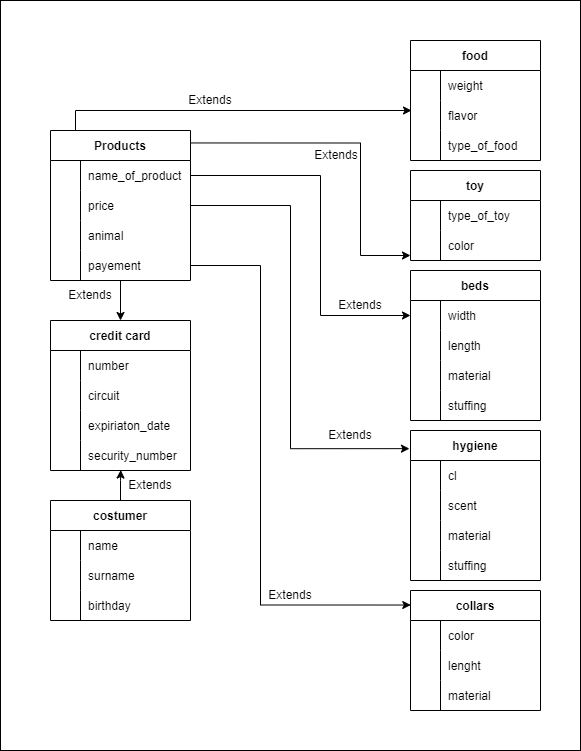
Before: es.drawio.png, a diagram exported from draw.io (federicahu99/php-oop-2). Source tidied: cells renumbered, new cells last; positions are measured from the earlier drawing's top-left corner, leaving out a move shared by most shapes.
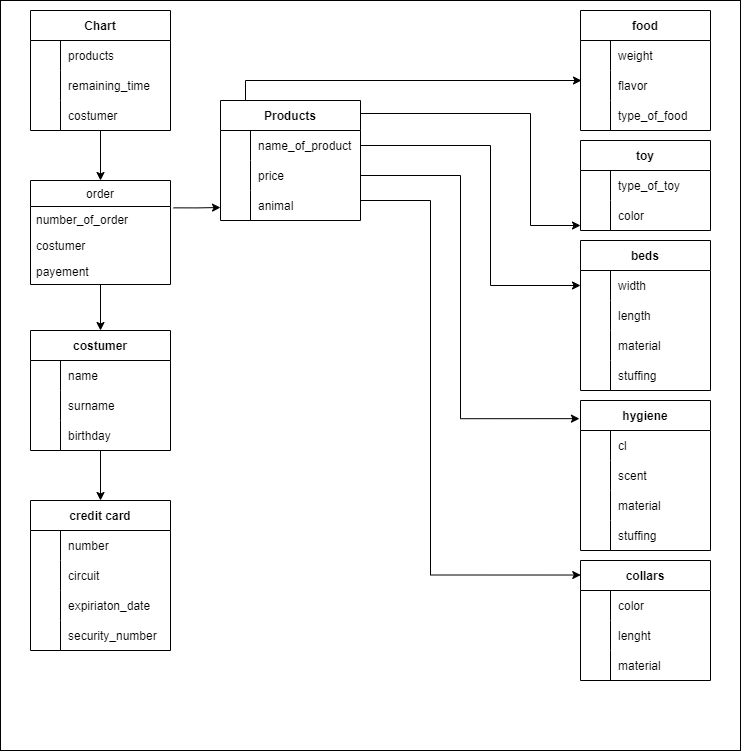
Later version of the same file.

Change to the diagram source:
```diff
@@ -3,7 +3,7 @@
     <mxCell id="0" />
     <mxCell id="1" parent="0" />
     <mxCell id="2" style="rounded=0;whiteSpace=wrap;html=1;" parent="1" vertex="1">
-      <mxGeometry width="580" height="750" as="geometry" />
+      <mxGeometry x="-170" y="30" width="740" height="750" as="geometry" />
     </mxCell>
     <mxCell id="3" value="food" style="shape=table;startSize=30;rowLines=0;fontStyle=1;align=center;" parent="1" vertex="1">
       <mxGeometry x="410" y="40" width="130" height="120" as="geometry" />
@@ -74,11 +74,8 @@
         </Array>
       </mxGeometry>
     </mxCell>
-    <mxCell id="22" style="edgeStyle=orthogonalEdgeStyle;rounded=0;jettySize=auto;html=1;entryX=0.5;entryY=0;entryDx=0;entryDy=0;" parent="1" edge="1" source="23" target="75">
-      <mxGeometry relative="1" as="geometry" />
-    </mxCell>
     <mxCell id="23" value="Products" style="shape=table;startSize=30;rowLines=0;fontStyle=1;align=center;" parent="1" vertex="1">
-      <mxGeometry x="50" y="130" width="140" height="150" as="geometry" />
+      <mxGeometry x="50" y="130" width="140" height="120" as="geometry" />
     </mxCell>
     <mxCell id="24" style="shape=partialRectangle;fillColor=none;points=[[0,0.5],[1,0.5]];portConstraint=eastwest;top=0;left=0;right=0;bottom=0;" parent="23" vertex="1">
       <mxGeometry y="30" width="140" height="30" as="geometry" />
@@ -107,15 +104,6 @@
     <mxCell id="32" value="animal" style="shape=partialRectangle;overflow=hidden;fillColor=none;top=0;left=0;bottom=0;right=0;align=left;spacingLeft=6;" parent="30" vertex="1">
       <mxGeometry x="30" width="110" height="30" as="geometry" />
     </mxCell>
-    <mxCell id="33" style="shape=partialRectangle;fillColor=none;points=[[0,0.5],[1,0.5]];portConstraint=eastwest;top=0;left=0;right=0;bottom=0;" parent="23" vertex="1">
-      <mxGeometry y="120" width="140" height="30" as="geometry" />
-    </mxCell>
-    <mxCell id="34" style="shape=partialRectangle;overflow=hidden;fillColor=none;top=0;left=0;bottom=0;right=0;" parent="33" vertex="1">
-      <mxGeometry width="30" height="30" as="geometry" />
-    </mxCell>
-    <mxCell id="35" value="payement" style="shape=partialRectangle;overflow=hidden;fillColor=none;top=0;left=0;bottom=0;right=0;align=left;spacingLeft=6;" parent="33" vertex="1">
-      <mxGeometry x="30" width="110" height="30" as="geometry" />
-    </mxCell>
     <mxCell id="36" value="beds" style="shape=table;startSize=30;rowLines=0;fontStyle=1;align=center;" parent="1" vertex="1">
       <mxGeometry x="410" y="270" width="130" height="150" as="geometry" />
     </mxCell>
@@ -240,16 +228,17 @@
     <mxCell id="73" value="material" style="shape=partialRectangle;overflow=hidden;fillColor=none;top=0;left=0;bottom=0;right=0;align=left;spacingLeft=6;" parent="71" vertex="1">
       <mxGeometry x="30" width="100" height="30" as="geometry" />
     </mxCell>
-    <mxCell id="74" style="edgeStyle=orthogonalEdgeStyle;rounded=0;jettySize=auto;html=1;exitX=1;exitY=0.5;exitDx=0;exitDy=0;entryX=0.002;entryY=0.121;entryDx=0;entryDy=0;entryPerimeter=0;" parent="1" edge="1" source="33" target="64">
+    <mxCell id="74" style="edgeStyle=orthogonalEdgeStyle;rounded=0;jettySize=auto;html=1;exitX=1;exitY=0.5;exitDx=0;exitDy=0;entryX=0.002;entryY=0.121;entryDx=0;entryDy=0;entryPerimeter=0;" parent="1" edge="1" source="30" target="64">
       <mxGeometry relative="1" as="geometry">
         <Array as="points">
-          <mxPoint x="260" y="265" />
+          <mxPoint x="190" y="230" />
+          <mxPoint x="260" y="230" />
           <mxPoint x="260" y="605" />
         </Array>
       </mxGeometry>
     </mxCell>
     <mxCell id="75" value="credit card" style="shape=table;startSize=30;rowLines=0;fontStyle=1;align=center;" parent="1" vertex="1">
-      <mxGeometry x="50" y="320" width="140" height="150" as="geometry" />
+      <mxGeometry x="-140" y="530" width="140" height="150" as="geometry" />
     </mxCell>
     <mxCell id="76" style="shape=partialRectangle;fillColor=none;top=0;left=0;right=0;bottom=0;" parent="75" vertex="1">
       <mxGeometry y="30" width="140" height="30" as="geometry" />
@@ -287,11 +276,11 @@
     <mxCell id="87" value="security_number" style="shape=partialRectangle;overflow=hidden;fillColor=none;top=0;left=0;bottom=0;right=0;align=left;spacingLeft=6;" parent="85" vertex="1">
       <mxGeometry x="30" width="110" height="30" as="geometry" />
     </mxCell>
-    <mxCell id="88" style="edgeStyle=orthogonalEdgeStyle;rounded=0;jettySize=auto;html=1;entryX=0.502;entryY=0.985;entryDx=0;entryDy=0;entryPerimeter=0;" parent="1" edge="1" source="89" target="85">
-      <mxGeometry relative="1" as="geometry" />
-    </mxCell>
+    <mxCell id="106" style="edgeStyle=orthogonalEdgeStyle;rounded=0;jettySize=auto;html=1;entryX=0.5;entryY=0;entryDx=0;entryDy=0;" parent="1" edge="1" source="89" target="75">
+      <mxGeometry relative="1" as="geometry" />
+    </mxCell>
     <mxCell id="89" value="costumer" style="shape=table;startSize=30;rowLines=0;fontStyle=1;align=center;" parent="1" vertex="1">
-      <mxGeometry x="50" y="500" width="140" height="120" as="geometry" />
+      <mxGeometry x="-140" y="360" width="140" height="120" as="geometry" />
     </mxCell>
     <mxCell id="90" style="shape=partialRectangle;fillColor=none;top=0;left=0;right=0;bottom=0;" parent="89" vertex="1">
       <mxGeometry y="30" width="140" height="30" as="geometry" />
@@ -320,26 +309,58 @@
     <mxCell id="98" value="birthday" style="shape=partialRectangle;overflow=hidden;fillColor=none;top=0;left=0;bottom=0;right=0;align=left;spacingLeft=6;" parent="96" vertex="1">
       <mxGeometry x="30" width="110" height="30" as="geometry" />
     </mxCell>
-    <mxCell id="99" value="Extends" style="text;html=1;strokeColor=none;fillColor=none;align=center;verticalAlign=middle;whiteSpace=wrap;rounded=0;" parent="1" vertex="1">
-      <mxGeometry x="180" y="85" width="60" height="30" as="geometry" />
-    </mxCell>
-    <mxCell id="100" value="Extends" style="text;html=1;strokeColor=none;fillColor=none;align=center;verticalAlign=middle;whiteSpace=wrap;rounded=0;" parent="1" vertex="1">
-      <mxGeometry x="306" y="140" width="60" height="30" as="geometry" />
-    </mxCell>
-    <mxCell id="101" value="Extends" style="text;html=1;strokeColor=none;fillColor=none;align=center;verticalAlign=middle;whiteSpace=wrap;rounded=0;" parent="1" vertex="1">
-      <mxGeometry x="330" y="290" width="60" height="30" as="geometry" />
-    </mxCell>
-    <mxCell id="102" value="Extends" style="text;html=1;strokeColor=none;fillColor=none;align=center;verticalAlign=middle;whiteSpace=wrap;rounded=0;" parent="1" vertex="1">
-      <mxGeometry x="320" y="420" width="60" height="30" as="geometry" />
-    </mxCell>
-    <mxCell id="103" value="Extends" style="text;html=1;strokeColor=none;fillColor=none;align=center;verticalAlign=middle;whiteSpace=wrap;rounded=0;" parent="1" vertex="1">
-      <mxGeometry x="260" y="580" width="60" height="30" as="geometry" />
-    </mxCell>
-    <mxCell id="104" value="Extends" style="text;html=1;strokeColor=none;fillColor=none;align=center;verticalAlign=middle;whiteSpace=wrap;rounded=0;" parent="1" vertex="1">
-      <mxGeometry x="60" y="280" width="60" height="30" as="geometry" />
-    </mxCell>
-    <mxCell id="105" value="Extends" style="text;html=1;strokeColor=none;fillColor=none;align=center;verticalAlign=middle;whiteSpace=wrap;rounded=0;" parent="1" vertex="1">
-      <mxGeometry x="120" y="470" width="60" height="30" as="geometry" />
-    </mxCell>
+    <mxCell id="107" style="edgeStyle=orthogonalEdgeStyle;rounded=0;jettySize=auto;html=1;" parent="1" edge="1" source="108" target="89">
+      <mxGeometry relative="1" as="geometry" />
+    </mxCell>
+    <mxCell id="108" value="order" style="swimlane;fontStyle=0;horizontal=1;startSize=26;fillColor=none;" parent="1" vertex="1">
+      <mxGeometry x="-140" y="210" width="140" height="104" as="geometry" />
+    </mxCell>
+    <mxCell id="109" value="number_of_order" style="text;strokeColor=none;fillColor=none;align=left;verticalAlign=top;spacingLeft=4;spacingRight=4;overflow=hidden;points=[[0,0.5],[1,0.5]];portConstraint=eastwest;" parent="108" vertex="1">
+      <mxGeometry y="26" width="140" height="26" as="geometry" />
+    </mxCell>
+    <mxCell id="110" value="costumer" style="text;strokeColor=none;fillColor=none;align=left;verticalAlign=top;spacingLeft=4;spacingRight=4;overflow=hidden;" parent="108" vertex="1">
+      <mxGeometry y="52" width="140" height="26" as="geometry" />
+    </mxCell>
+    <mxCell id="35" value="payement" style="text;strokeColor=none;fillColor=none;align=left;verticalAlign=top;spacingLeft=4;spacingRight=4;overflow=hidden;" parent="108" vertex="1">
+      <mxGeometry y="78" width="140" height="26" as="geometry" />
+    </mxCell>
+    <mxCell id="111" style="edgeStyle=orthogonalEdgeStyle;rounded=0;jettySize=auto;html=1;exitX=1.022;exitY=0.052;exitDx=0;exitDy=0;exitPerimeter=0;" parent="1" edge="1" source="109">
+      <mxGeometry relative="1" as="geometry">
+        <mxPoint x="50" y="237" as="targetPoint" />
+      </mxGeometry>
+    </mxCell>
+    <mxCell id="112" style="edgeStyle=orthogonalEdgeStyle;rounded=0;jettySize=auto;html=1;entryX=0.5;entryY=0;entryDx=0;entryDy=0;" parent="1" edge="1" source="113" target="108">
+      <mxGeometry relative="1" as="geometry" />
+    </mxCell>
+    <mxCell id="113" value="Chart" style="shape=table;startSize=30;rowLines=0;fontStyle=1;align=center;" parent="1" vertex="1">
+      <mxGeometry x="-140" y="40" width="140" height="120" as="geometry" />
+    </mxCell>
+    <mxCell id="114" style="shape=partialRectangle;fillColor=none;top=0;left=0;right=0;bottom=0;" parent="113" vertex="1">
+      <mxGeometry y="30" width="140" height="30" as="geometry" />
+    </mxCell>
+    <mxCell id="115" style="shape=partialRectangle;overflow=hidden;fillColor=none;top=0;left=0;bottom=0;right=0;" parent="114" vertex="1">
+      <mxGeometry width="30" height="30" as="geometry" />
+    </mxCell>
+    <mxCell id="116" value="products" style="shape=partialRectangle;overflow=hidden;fillColor=none;top=0;left=0;bottom=0;right=0;align=left;spacingLeft=6;" parent="114" vertex="1">
+      <mxGeometry x="30" width="110" height="30" as="geometry" />
+    </mxCell>
+    <mxCell id="117" style="shape=partialRectangle;fillColor=none;top=0;left=0;right=0;bottom=0;" parent="113" vertex="1">
+      <mxGeometry y="60" width="140" height="30" as="geometry" />
+    </mxCell>
+    <mxCell id="118" style="shape=partialRectangle;overflow=hidden;fillColor=none;top=0;left=0;bottom=0;right=0;" parent="117" vertex="1">
+      <mxGeometry width="30" height="30" as="geometry" />
+    </mxCell>
+    <mxCell id="119" value="remaining_time" style="shape=partialRectangle;overflow=hidden;fillColor=none;top=0;left=0;bottom=0;right=0;align=left;spacingLeft=6;" parent="117" vertex="1">
+      <mxGeometry x="30" width="110" height="30" as="geometry" />
+    </mxCell>
+    <mxCell id="120" style="shape=partialRectangle;fillColor=none;top=0;left=0;right=0;bottom=0;" parent="113" vertex="1">
+      <mxGeometry y="90" width="140" height="30" as="geometry" />
+    </mxCell>
+    <mxCell id="121" style="shape=partialRectangle;overflow=hidden;fillColor=none;top=0;left=0;bottom=0;right=0;" parent="120" vertex="1">
+      <mxGeometry width="30" height="30" as="geometry" />
+    </mxCell>
+    <mxCell id="122" value="costumer" style="shape=partialRectangle;overflow=hidden;fillColor=none;top=0;left=0;bottom=0;right=0;align=left;spacingLeft=6;" parent="120" vertex="1">
+      <mxGeometry x="30" width="110" height="30" as="geometry" />
+    </mxCell>
   </root>
 </mxGraphModel>
```
